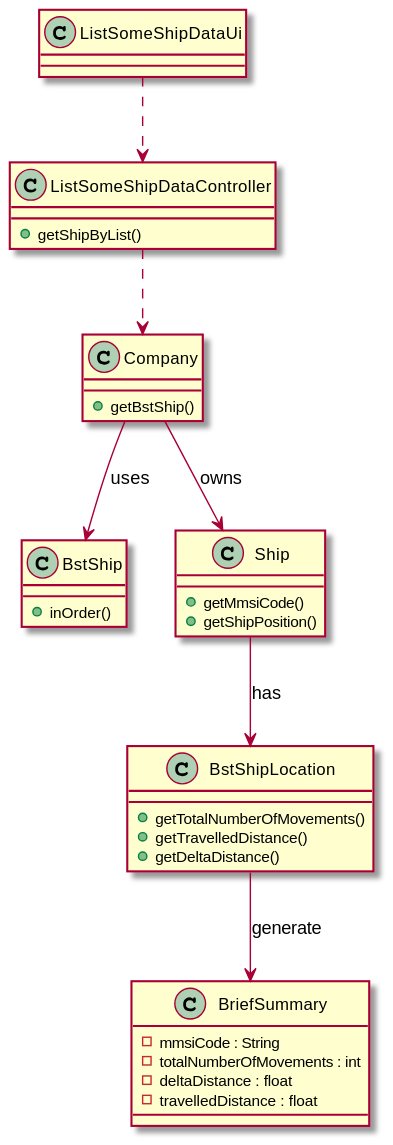
Above: docs/US105/US105_CD.svg in 0franciscor/lapr3-2021-g042 (PlantUML), before the change. The source it was exported from:
```plantuml
@startuml

class ListSomeShipDataUi{

}
class ListSomeShipDataController{
+ getShipByList()
}
class Company{
+ getBstShip()

}
class BstShip{
+ inOrder()
}
class Ship{
+ getMmsiCode()
+ getShipPosition()
}
class BstShipLocation{
+ getTotalNumberOfMovements()
+ getTravelledDistance()
+ getDeltaDistance()
}

class BriefSummary{
- mmsiCode : String
- totalNumberOfMovements : int
- deltaDistance : float
- travelledDistance : float
}


ListSomeShipDataUi ..> ListSomeShipDataController
ListSomeShipDataController ..> Company
Company --> Ship : owns
Company --> BstShip : uses
Ship --> BstShipLocation : has
BstShipLocation --> BriefSummary : generate

@enduml
```
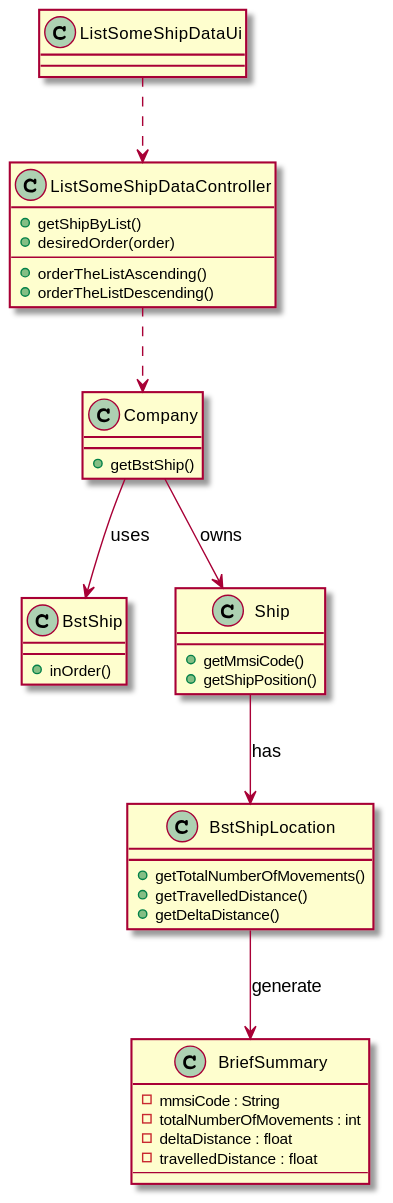
Later version of the same file.

What changed in the source:
```diff
@@ -5,6 +5,10 @@
 }
 class ListSomeShipDataController{
 + getShipByList()
++ desiredOrder(order)
+--
++ orderTheListAscending()
++ orderTheListDescending()
 }
 class Company{
 + getBstShip()
@@ -28,6 +32,7 @@
 - totalNumberOfMovements : int
 - deltaDistance : float
 - travelledDistance : float
+--
 }
 
 
```
